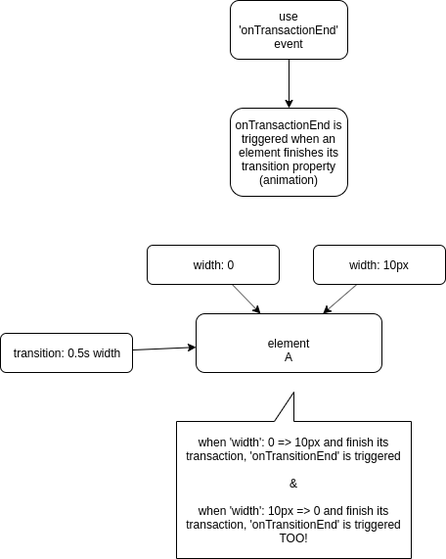
Above: React_Animation_With_Pure_Js.PNG in stsiwo/react_redux_concept (draw.io), before the change. Source tidied: cells renumbered, new cells last; positions are measured from the earlier drawing's top-left corner, leaving out a move shared by most shapes.
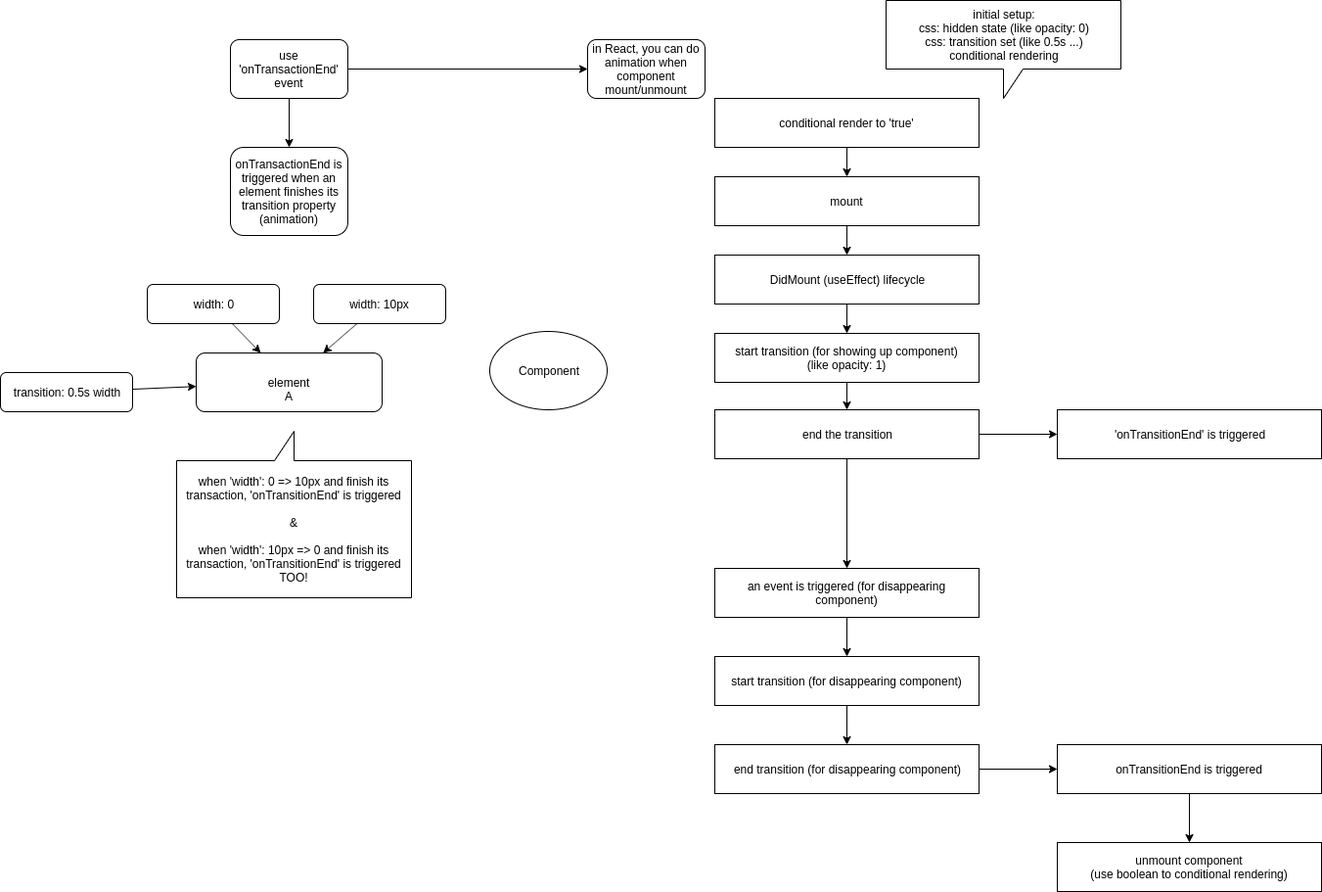
After the change.

What changed in the source:
```diff
@@ -5,9 +5,15 @@
     <mxCell id="2" style="edgeStyle=orthogonalEdgeStyle;rounded=0;jettySize=auto;html=1;" parent="1" edge="1" source="3" target="4">
       <mxGeometry relative="1" as="geometry" />
     </mxCell>
+    <mxCell id="13" style="edgeStyle=none;rounded=0;jettySize=auto;html=1;" parent="1" edge="1" source="3" target="14">
+      <mxGeometry relative="1" as="geometry" />
+    </mxCell>
     <mxCell id="3" value="use 'onTransactionEnd' event" style="rounded=1;whiteSpace=wrap;html=1;" parent="1" vertex="1">
       <mxGeometry x="235" width="120" height="60" as="geometry" />
     </mxCell>
+    <mxCell id="14" value="in React, you can do animation when component mount/unmount" style="rounded=1;whiteSpace=wrap;html=1;" parent="1" vertex="1">
+      <mxGeometry x="600" width="120" height="60" as="geometry" />
+    </mxCell>
     <mxCell id="4" value="onTransactionEnd is triggered when an element finishes its transition property (animation)" style="rounded=1;whiteSpace=wrap;html=1;" parent="1" vertex="1">
       <mxGeometry x="235" y="110" width="120" height="90" as="geometry" />
     </mxCell>
@@ -35,5 +41,77 @@
     <mxCell id="12" value="when 'width': 0 =&amp;gt; 10px and finish its transaction, 'onTransitionEnd' is triggered&lt;br&gt;&lt;br&gt;&amp;amp;&lt;br&gt;&lt;br&gt;when 'width': 10px =&amp;gt; 0 and finish its transaction, 'onTransitionEnd' is triggered TOO!" style="shape=callout;whiteSpace=wrap;html=1;perimeter=calloutPerimeter;direction=west;" parent="1" vertex="1">
       <mxGeometry x="180" y="400" width="240" height="170" as="geometry" />
     </mxCell>
+    <mxCell id="15" value="Component" style="ellipse;whiteSpace=wrap;html=1;" parent="1" vertex="1">
+      <mxGeometry x="500" y="298" width="120" height="80" as="geometry" />
+    </mxCell>
+    <mxCell id="16" style="edgeStyle=none;rounded=0;jettySize=auto;html=1;" parent="1" edge="1" source="17" target="19">
+      <mxGeometry relative="1" as="geometry" />
+    </mxCell>
+    <mxCell id="17" value="mount" style="rounded=0;whiteSpace=wrap;html=1;" parent="1" vertex="1">
+      <mxGeometry x="730" y="140" width="270" height="50" as="geometry" />
+    </mxCell>
+    <mxCell id="18" style="edgeStyle=none;rounded=0;jettySize=auto;html=1;" parent="1" edge="1" source="19" target="21">
+      <mxGeometry relative="1" as="geometry" />
+    </mxCell>
+    <mxCell id="19" value="DidMount (useEffect) lifecycle" style="rounded=0;whiteSpace=wrap;html=1;" parent="1" vertex="1">
+      <mxGeometry x="730" y="220" width="270" height="50" as="geometry" />
+    </mxCell>
+    <mxCell id="20" style="edgeStyle=none;rounded=0;jettySize=auto;html=1;" parent="1" edge="1" source="21" target="24">
+      <mxGeometry relative="1" as="geometry" />
+    </mxCell>
+    <mxCell id="21" value="start transition (for showing up component)&lt;br&gt;(like opacity: 1)" style="rounded=0;whiteSpace=wrap;html=1;" parent="1" vertex="1">
+      <mxGeometry x="730" y="300" width="270" height="50" as="geometry" />
+    </mxCell>
+    <mxCell id="22" style="edgeStyle=none;rounded=0;jettySize=auto;html=1;" parent="1" edge="1" source="24" target="34">
+      <mxGeometry relative="1" as="geometry" />
+    </mxCell>
+    <mxCell id="23" style="edgeStyle=none;rounded=0;jettySize=auto;html=1;" parent="1" edge="1" source="24" target="26">
+      <mxGeometry relative="1" as="geometry" />
+    </mxCell>
+    <mxCell id="24" value="end the transition" style="rounded=0;whiteSpace=wrap;html=1;" parent="1" vertex="1">
+      <mxGeometry x="730" y="378" width="270" height="50" as="geometry" />
+    </mxCell>
+    <mxCell id="25" style="edgeStyle=none;rounded=0;jettySize=auto;html=1;" parent="1" edge="1" source="26" target="28">
+      <mxGeometry relative="1" as="geometry" />
+    </mxCell>
+    <mxCell id="26" value="an event is triggered (for disappearing component)" style="rounded=0;whiteSpace=wrap;html=1;" parent="1" vertex="1">
+      <mxGeometry x="730" y="540" width="270" height="50" as="geometry" />
+    </mxCell>
+    <mxCell id="27" style="edgeStyle=none;rounded=0;jettySize=auto;html=1;" parent="1" edge="1" source="28" target="30">
+      <mxGeometry relative="1" as="geometry" />
+    </mxCell>
+    <mxCell id="28" value="start transition (for disappearing component)" style="rounded=0;whiteSpace=wrap;html=1;" parent="1" vertex="1">
+      <mxGeometry x="730" y="630" width="270" height="50" as="geometry" />
+    </mxCell>
+    <mxCell id="29" style="edgeStyle=none;rounded=0;jettySize=auto;html=1;" parent="1" edge="1" source="30" target="32">
+      <mxGeometry relative="1" as="geometry" />
+    </mxCell>
+    <mxCell id="30" value="end transition (for disappearing component)" style="rounded=0;whiteSpace=wrap;html=1;" parent="1" vertex="1">
+      <mxGeometry x="730" y="720" width="270" height="50" as="geometry" />
+    </mxCell>
+    <mxCell id="31" style="edgeStyle=none;rounded=0;jettySize=auto;html=1;" parent="1" edge="1" source="32" target="33">
+      <mxGeometry relative="1" as="geometry" />
+    </mxCell>
+    <mxCell id="32" value="onTransitionEnd is triggered" style="rounded=0;whiteSpace=wrap;html=1;" parent="1" vertex="1">
+      <mxGeometry x="1080" y="720" width="270" height="50" as="geometry" />
+    </mxCell>
+    <mxCell id="33" value="unmount component&lt;br&gt;(use boolean to conditional rendering)" style="rounded=0;whiteSpace=wrap;html=1;" parent="1" vertex="1">
+      <mxGeometry x="1080" y="820" width="270" height="50" as="geometry" />
+    </mxCell>
+    <mxCell id="34" value="'onTransitionEnd' is triggered" style="rounded=0;whiteSpace=wrap;html=1;" parent="1" vertex="1">
+      <mxGeometry x="1080" y="378" width="270" height="50" as="geometry" />
+    </mxCell>
+    <mxCell id="35" value="&amp;nbsp; &amp;nbsp;" style="text;html=1;align=center;verticalAlign=middle;" parent="1" vertex="1">
+      <mxGeometry x="949" y="298" width="30" height="20" as="geometry" />
+    </mxCell>
+    <mxCell id="36" value="initial setup:&lt;br&gt;css: hidden state (like opacity: 0)&lt;br&gt;css: transition set (like 0.5s ...)&lt;br&gt;conditional rendering" style="shape=callout;whiteSpace=wrap;html=1;perimeter=calloutPerimeter;" parent="1" vertex="1">
+      <mxGeometry x="905" y="-40" width="240" height="100" as="geometry" />
+    </mxCell>
+    <mxCell id="37" style="edgeStyle=none;rounded=0;jettySize=auto;html=1;" parent="1" edge="1" source="38" target="17">
+      <mxGeometry relative="1" as="geometry" />
+    </mxCell>
+    <mxCell id="38" value="conditional render to 'true'" style="rounded=0;whiteSpace=wrap;html=1;" parent="1" vertex="1">
+      <mxGeometry x="730" y="60" width="270" height="50" as="geometry" />
+    </mxCell>
   </root>
 </mxGraphModel>
```
